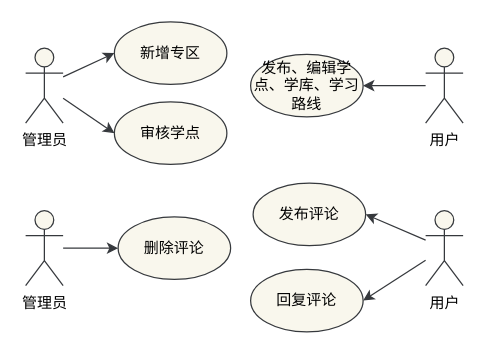
This is page "第 6 页" (6 of 12) of a.dio from z-juln/it-community, a draw.io file, before an edit. Source tidied: cells renumbered, new cells numbered last; positions are measured from the earlier drawing's top-left corner, leaving out a move shared by most shapes. Both pictures are drawn from the tidied source at 125%, with x=0, y=0 at pixel (25, 21).
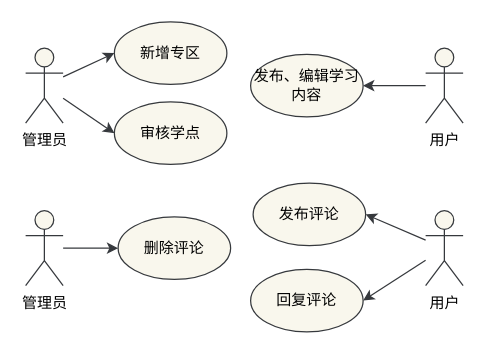
Above is the later version.

Diff of the diagram source:
```diff
@@
 <mxGraphModel background="#FFFFFF">
   <root>
     <mxCell id="0" />
     <mxCell id="1" parent="0" />
     <mxCell id="2" style="edgeStyle=none;html=1;entryX=0;entryY=0.5;entryDx=0;entryDy=0;fontSize=10;fontColor=#000000;fillColor=#f9f7ed;strokeColor=#36393d;" parent="1" edge="1" source="4" target="5">
       <mxGeometry relative="1" as="geometry" />
     </mxCell>
     <mxCell id="3" style="edgeStyle=none;html=1;labelBackgroundColor=#FFFFFF;fontFamily=Helvetica;fontSize=12;fontColor=#000000;entryX=0;entryY=0.5;entryDx=0;entryDy=0;fillColor=#f9f7ed;strokeColor=#36393d;" parent="1" edge="1" source="4" target="16">
       <mxGeometry relative="1" as="geometry" />
     </mxCell>
     <mxCell id="4" value="管理员" style="shape=umlActor;verticalLabelPosition=bottom;verticalAlign=top;html=1;outlineConnect=0;fillColor=#f9f7ed;strokeColor=#36393d;fontColor=#000000;" parent="1" vertex="1">
       <mxGeometry y="21" width="30" height="60" as="geometry" />
     </mxCell>
     <mxCell id="5" value="审核学点" style="ellipse;whiteSpace=wrap;html=1;fillColor=#f9f7ed;strokeColor=#36393d;fontColor=#000000;" parent="1" vertex="1">
       <mxGeometry x="71" y="64" width="90" height="50" as="geometry" />
     </mxCell>
     <mxCell id="6" style="edgeStyle=none;html=1;entryX=1;entryY=0.5;entryDx=0;entryDy=0;fontSize=10;fontColor=#000000;fillColor=#f9f7ed;strokeColor=#36393d;" parent="1" edge="1" source="7" target="8">
       <mxGeometry relative="1" as="geometry" />
     </mxCell>
     <mxCell id="7" value="用户" style="shape=umlActor;verticalLabelPosition=bottom;verticalAlign=top;html=1;outlineConnect=0;fillColor=#f9f7ed;strokeColor=#36393d;fontColor=#000000;" parent="1" vertex="1">
       <mxGeometry x="320" y="21" width="30" height="60" as="geometry" />
     </mxCell>
-    <mxCell id="8" value="发布、编辑学点、学库、学习路线" style="ellipse;whiteSpace=wrap;html=1;fillColor=#f9f7ed;strokeColor=#36393d;fontColor=#000000;" parent="1" vertex="1">
+    <mxCell id="8" value="发布、编辑学习内容" style="ellipse;whiteSpace=wrap;html=1;fillColor=#f9f7ed;strokeColor=#36393d;fontColor=#000000;" parent="1" vertex="1">
       <mxGeometry x="180" y="26" width="90" height="50" as="geometry" />
     </mxCell>
     <mxCell id="9" style="edgeStyle=none;html=1;entryX=0;entryY=0.5;entryDx=0;entryDy=0;fontSize=10;fontColor=#000000;fillColor=#f9f7ed;strokeColor=#36393d;" parent="1" edge="1" source="10" target="11">
       <mxGeometry relative="1" as="geometry" />
     </mxCell>
     <mxCell id="10" value="管理员" style="shape=umlActor;verticalLabelPosition=bottom;verticalAlign=top;html=1;outlineConnect=0;fillColor=#f9f7ed;strokeColor=#36393d;fontColor=#000000;" parent="1" vertex="1">
       <mxGeometry y="151" width="30" height="60" as="geometry" />
     </mxCell>
     <mxCell id="11" value="删除评论" style="ellipse;whiteSpace=wrap;html=1;fillColor=#f9f7ed;strokeColor=#36393d;fontColor=#000000;" parent="1" vertex="1">
       <mxGeometry x="74" y="156" width="90" height="50" as="geometry" />
     </mxCell>
     <mxCell id="12" style="edgeStyle=none;html=1;entryX=1;entryY=0.5;entryDx=0;entryDy=0;fontSize=10;fontColor=#000000;fillColor=#f9f7ed;strokeColor=#36393d;" parent="1" edge="1" source="14" target="15">
       <mxGeometry relative="1" as="geometry" />
     </mxCell>
     <mxCell id="13" style="edgeStyle=none;html=1;entryX=1;entryY=0.5;entryDx=0;entryDy=0;labelBackgroundColor=#FFFFFF;fontFamily=Helvetica;fontSize=12;fontColor=#000000;fillColor=#f9f7ed;strokeColor=#36393d;" parent="1" edge="1" source="14" target="17">
       <mxGeometry relative="1" as="geometry" />
     </mxCell>
     <mxCell id="14" value="用户" style="shape=umlActor;verticalLabelPosition=bottom;verticalAlign=top;html=1;outlineConnect=0;fillColor=#f9f7ed;strokeColor=#36393d;fontColor=#000000;" parent="1" vertex="1">
       <mxGeometry x="320" y="151" width="30" height="60" as="geometry" />
     </mxCell>
     <mxCell id="15" value="发布评论" style="ellipse;whiteSpace=wrap;html=1;fillColor=#f9f7ed;strokeColor=#36393d;fontColor=#000000;" parent="1" vertex="1">
       <mxGeometry x="182" y="129" width="90" height="50" as="geometry" />
     </mxCell>
     <mxCell id="16" value="新增专区" style="ellipse;whiteSpace=wrap;html=1;fillColor=#f9f7ed;strokeColor=#36393d;fontColor=#000000;" parent="1" vertex="1">
       <mxGeometry x="71" width="90" height="50" as="geometry" />
     </mxCell>
     <mxCell id="17" value="回复评论" style="ellipse;whiteSpace=wrap;html=1;fillColor=#f9f7ed;strokeColor=#36393d;fontColor=#000000;" parent="1" vertex="1">
       <mxGeometry x="180" y="198" width="90" height="50" as="geometry" />
     </mxCell>
   </root>
 </mxGraphModel>
```
